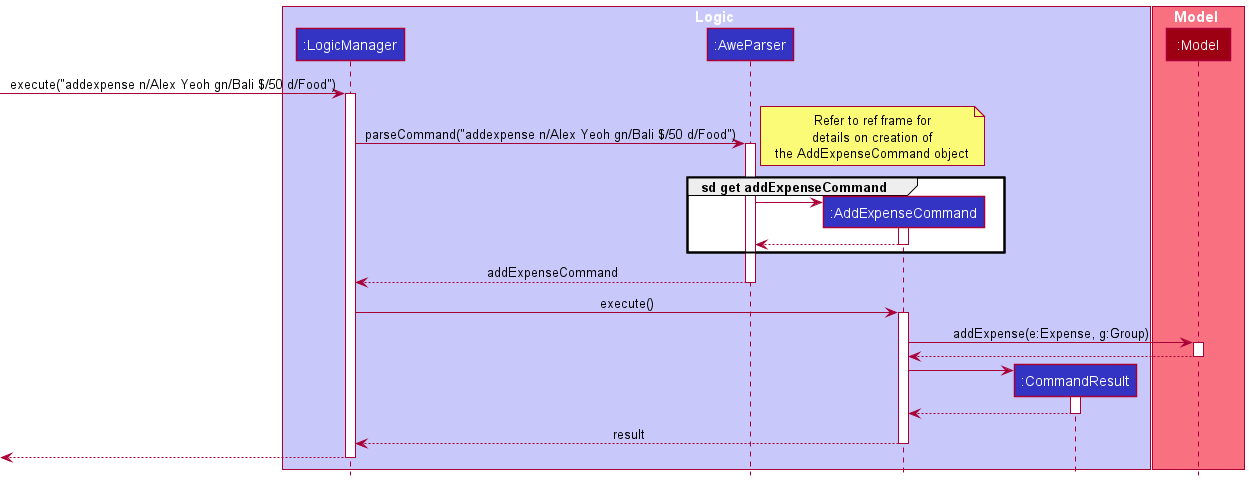
Earlier version of the PlantUML export docs/images/AddExpenseSequenceDiagram.png (ramapriyan912001/tp).
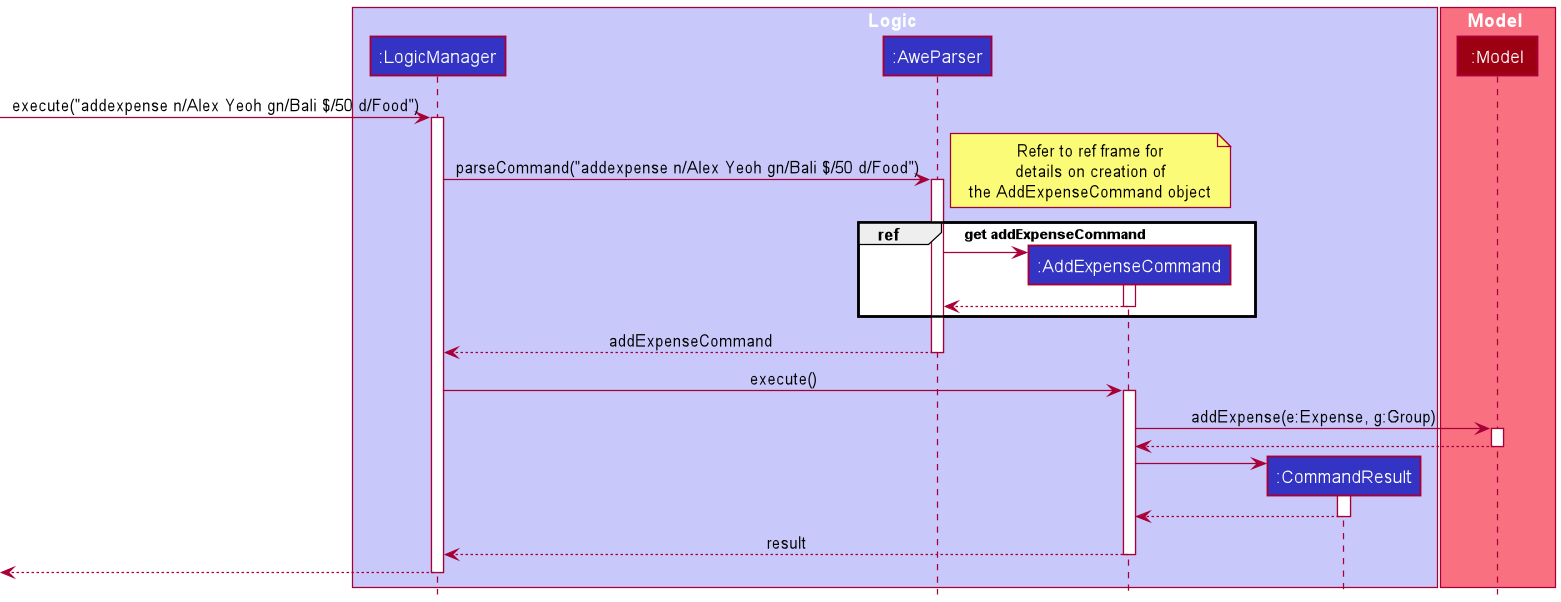
After the change.

What changed in the source:
```diff
@@ -23,7 +23,7 @@
 details on creation of
 the AddExpenseCommand object
 end note
-group sd get addExpenseCommand
+group ref [get addExpenseCommand]
 create AddExpenseCommand
 AweParser -> AddExpenseCommand
 activate AddExpenseCommand
```
